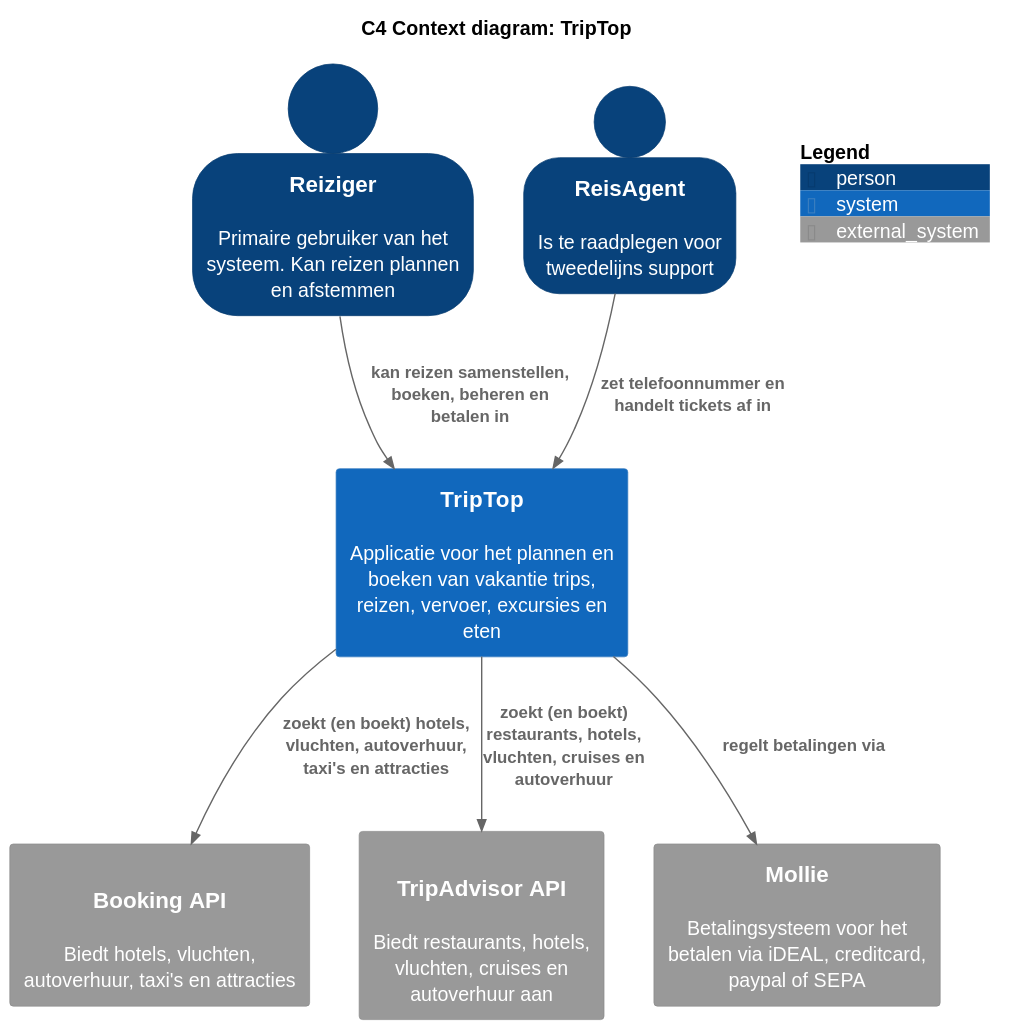
The PlantUML diagram software-guidebook/sgb-bestanden/context-diagram-C4_Context_diagram__TripTop.svg in AIM-ENE-feb25/triptop-groep-4-jochem-roald-stijn-a, before a commit.
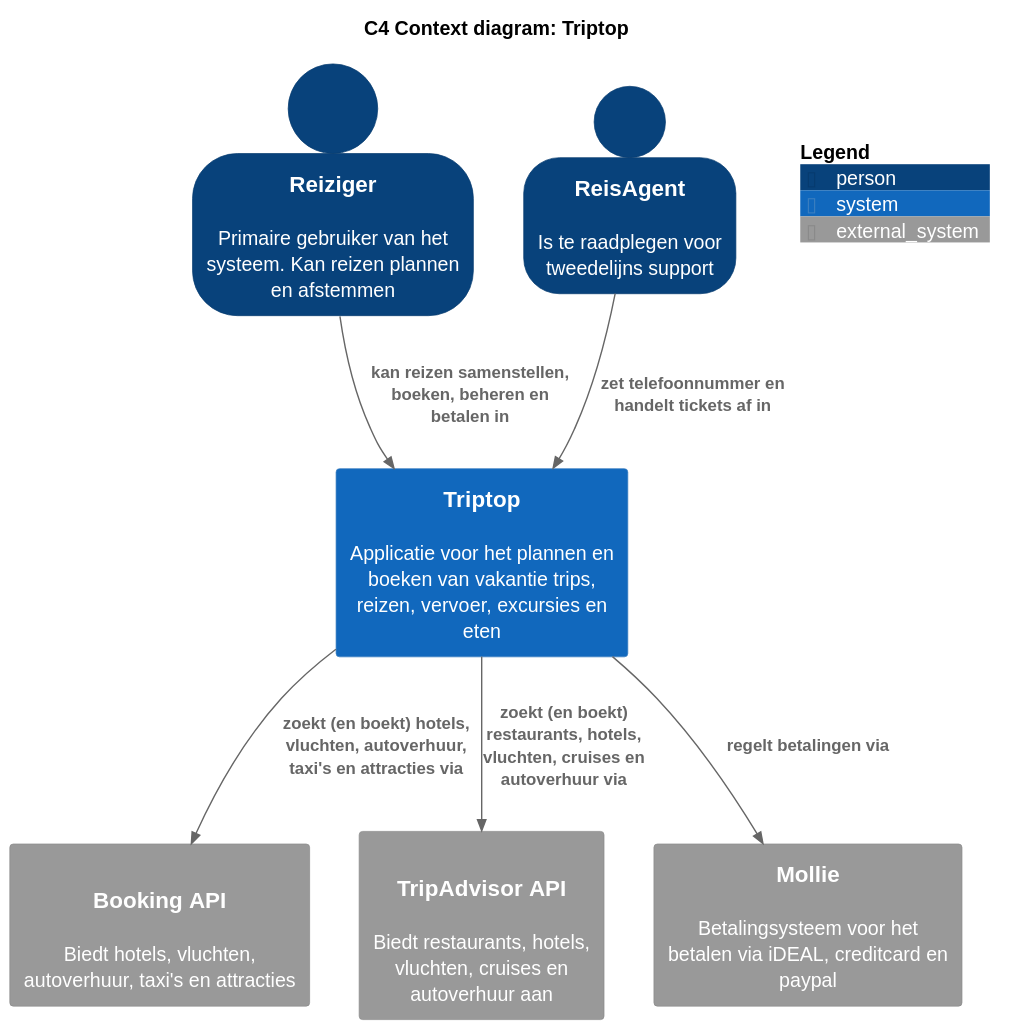
The same file after the commit.

Commit message:
Triptop naam hoofdletter vervangen

Diff of the diagram source:
```diff
@@ -1,5 +1,5 @@
 @startuml
-title C4 Context diagram: TripTop
+title C4 Context diagram: Triptop
 !include <C4/C4_Context.puml>
 
 top to bottom direction
@@ -9,17 +9,17 @@
 Person(reiziger, "Reiziger", "Primaire gebruiker van het systeem. Kan reizen plannen en afstemmen")
 Person(reisagent, "ReisAgent", "Is te raadplegen voor tweedelijns support")
 
-System(triptop, "TripTop", "Applicatie voor het plannen en boeken van vakantie trips, reizen, vervoer, excursies en eten")
+System(triptop, "Triptop", "Applicatie voor het plannen en boeken van vakantie trips, reizen, vervoer, excursies en eten")
 
 System_Ext(booking, "Booking API", "Biedt hotels, vluchten, autoverhuur, taxi's en attracties", "REST")
 System_Ext(tripadvisor, "TripAdvisor API", "Biedt restaurants, hotels, vluchten, cruises en autoverhuur aan", "REST")
-System_Ext(mollie, "Mollie", "Betalingsysteem voor het betalen via iDEAL, creditcard, paypal of SEPA")
+System_Ext(mollie, "Mollie", "Betalingsysteem voor het betalen via iDEAL, creditcard en paypal")
 
 Rel(reiziger, triptop, "kan reizen samenstellen, boeken, beheren en betalen in")
 Rel(reisagent, triptop, "zet telefoonnummer en handelt tickets af in")
 
-Rel(triptop, booking, "zoekt (en boekt) hotels, vluchten, autoverhuur, taxi's en attracties")
-Rel(triptop, tripadvisor, "zoekt (en boekt) restaurants, hotels, vluchten, cruises en autoverhuur")
+Rel(triptop, booking, "zoekt (en boekt) hotels, vluchten, autoverhuur, taxi's en attracties via")
+Rel(triptop, tripadvisor, "zoekt (en boekt) restaurants, hotels, vluchten, cruises en autoverhuur via")
 Rel(triptop, mollie, "regelt betalingen via")
 
 SHOW_FLOATING_LEGEND()
```
